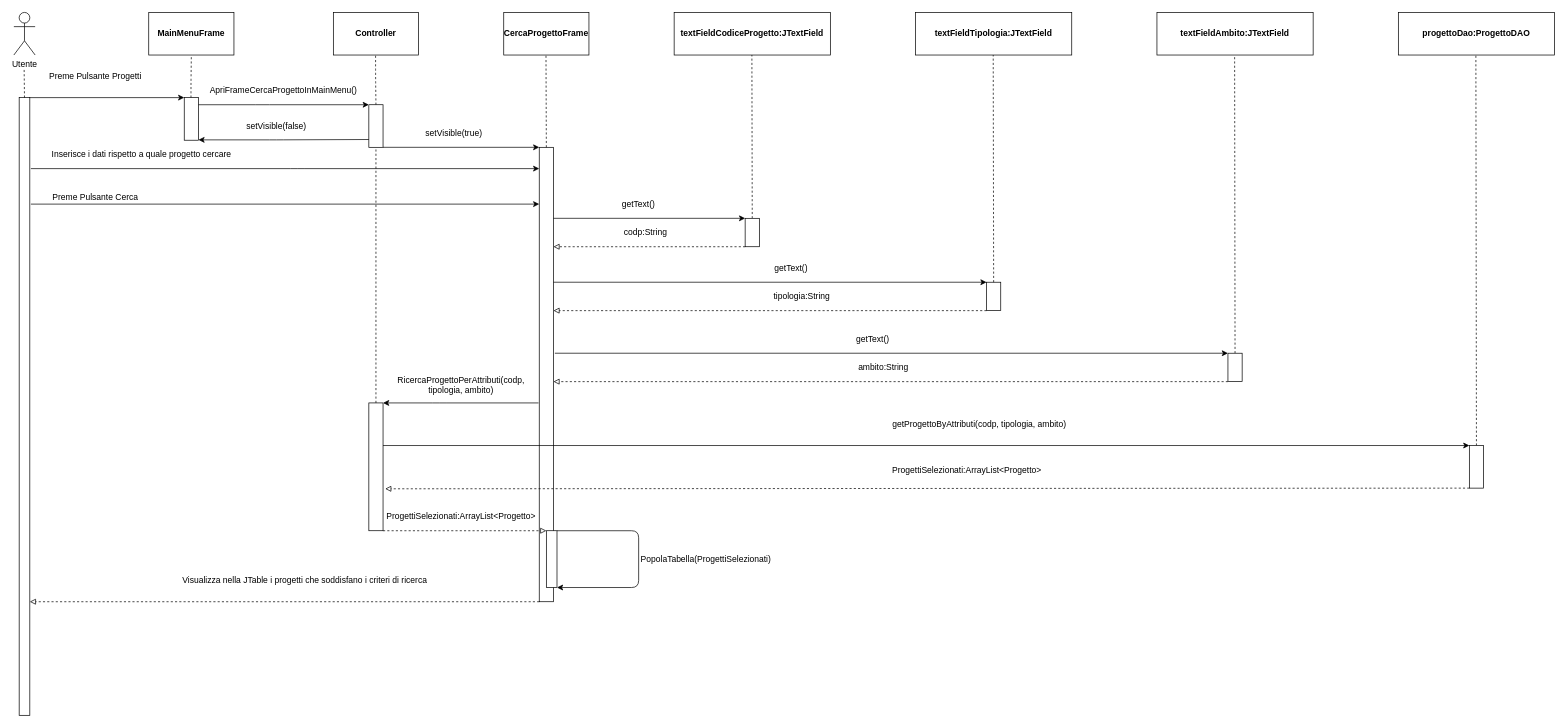
The draw.io diagram Documentazione/Sequence_Ricerca_Progetti.drawio in FabioFascia/Progetto-OOBD, before the edit. Source tidied: cells renumbered, new cells numbered last; positions are measured from the earlier drawing's top-left corner, leaving out a move shared by most shapes. Both pictures are drawn from the tidied source at 71%, with x=0, y=0 at pixel (13, 12).
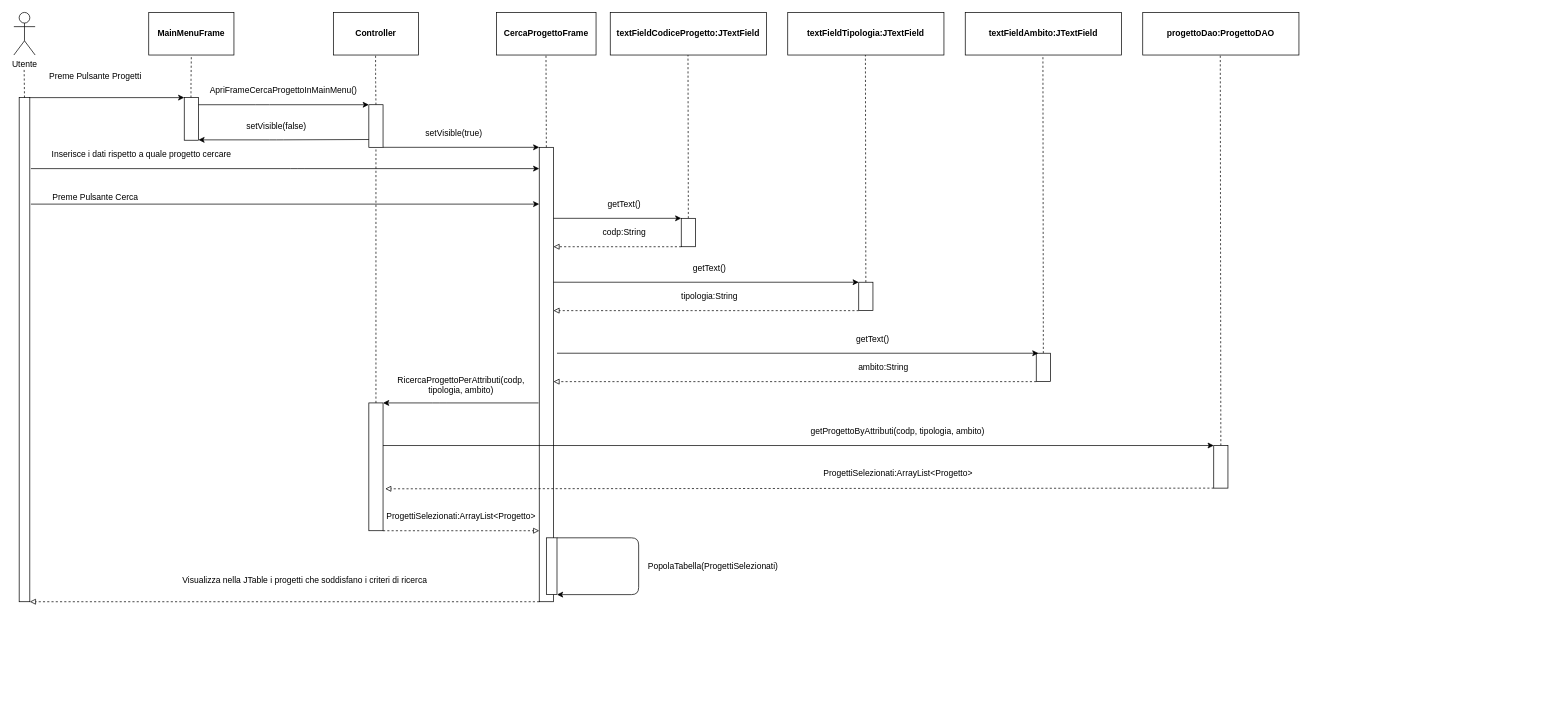
The same diagram, later.

Commit message (it also covers changes not shown here):
Correzione Sequence Diagrams e CRC Cards

The change refers to these unchanged cells:
```xml
<mxCell id="49" style="rounded=0;whiteSpace=wrap;html=1;" parent="1" vertex="1">
  <mxGeometry x="500" y="550" width="20" height="180" as="geometry" />
</mxCell>
```

Diff of the diagram source:
```diff
@@
     <mxCell id="4" style="rounded=0;whiteSpace=wrap;html=1;" parent="1" vertex="1">
-      <mxGeometry x="7.5" y="120" width="15" height="870" as="geometry" />
+      <mxGeometry x="7.5" y="120" width="15" height="710" as="geometry" />
     </mxCell>
@@
     <mxCell id="16" value="&lt;b&gt;CercaProgettoFrame&lt;/b&gt;" style="rounded=0;whiteSpace=wrap;html=1;" parent="1" vertex="1">
-      <mxGeometry x="690" width="120" height="60" as="geometry" />
+      <mxGeometry x="680" width="140" height="60" as="geometry" />
     </mxCell>
@@
     <mxCell id="26" value="&lt;b&gt;textFieldCodiceProgetto:JTextField&lt;/b&gt;" style="rounded=0;whiteSpace=wrap;html=1;" parent="1" vertex="1">
-      <mxGeometry x="930" width="220" height="60" as="geometry" />
+      <mxGeometry x="840" width="220" height="60" as="geometry" />
     </mxCell>
@@
     <mxCell id="28" style="endArrow=none;dashed=1;html=1;exitX=0.5;exitY=0;exitDx=0;exitDy=0;" parent="1" edge="1" source="30">
       <mxGeometry relative="1" as="geometry">
-        <mxPoint x="1039.5" y="60" as="targetPoint" />
+        <mxPoint x="949.5" y="60" as="targetPoint" />
       </mxGeometry>
     </mxCell>
@@
     <mxCell id="30" style="rounded=0;whiteSpace=wrap;html=1;" parent="1" vertex="1">
-      <mxGeometry x="1030" y="290" width="20" height="40" as="geometry" />
+      <mxGeometry x="940" y="290" width="20" height="40" as="geometry" />
     </mxCell>
     <mxCell id="31" value="getText()" style="text;html=1;strokeColor=none;fillColor=none;align=center;verticalAlign=middle;whiteSpace=wrap;rounded=0;" parent="1" vertex="1">
-      <mxGeometry x="840" y="260" width="80" height="20" as="geometry" />
+      <mxGeometry x="820" y="260" width="80" height="20" as="geometry" />
     </mxCell>
     <mxCell id="32" style="endArrow=block;html=1;jumpStyle=none;sketch=0;dashed=1;endFill=0;" parent="1" edge="1">
       <mxGeometry relative="1" as="geometry">
-        <mxPoint x="1030" y="330" as="sourcePoint" />
+        <mxPoint x="940" y="330" as="sourcePoint" />
         <mxPoint x="760" y="330" as="targetPoint" />
       </mxGeometry>
     </mxCell>
     <mxCell id="33" value="codp:String" style="text;html=1;strokeColor=none;fillColor=none;align=center;verticalAlign=middle;whiteSpace=wrap;rounded=0;" parent="1" vertex="1">
-      <mxGeometry x="850" y="300" width="80" height="20" as="geometry" />
+      <mxGeometry x="820" y="300" width="80" height="20" as="geometry" />
     </mxCell>
     <mxCell id="34" value="&lt;b&gt;textFieldTipologia:JTextField&lt;/b&gt;" style="rounded=0;whiteSpace=wrap;html=1;" parent="1" vertex="1">
-      <mxGeometry x="1270" width="220" height="60" as="geometry" />
+      <mxGeometry x="1090" width="220" height="60" as="geometry" />
     </mxCell>
     <mxCell id="35" style="rounded=0;whiteSpace=wrap;html=1;" parent="1" vertex="1">
-      <mxGeometry x="1370" y="380" width="20" height="40" as="geometry" />
+      <mxGeometry x="1190" y="380" width="20" height="40" as="geometry" />
     </mxCell>
     <mxCell id="36" style="endArrow=classic;html=1;" parent="1" edge="1">
       <mxGeometry relative="1" as="geometry">
         <mxPoint x="760" y="380" as="sourcePoint" />
-        <mxPoint x="1370" y="380" as="targetPoint" />
+        <mxPoint x="1190" y="380" as="targetPoint" />
       </mxGeometry>
     </mxCell>
     <mxCell id="37" style="endArrow=none;dashed=1;html=1;exitX=0.5;exitY=0;exitDx=0;exitDy=0;" parent="1" edge="1" source="35">
       <mxGeometry relative="1" as="geometry">
-        <mxPoint x="1379.4" y="60" as="targetPoint" />
+        <mxPoint x="1199.4" y="60" as="targetPoint" />
       </mxGeometry>
     </mxCell>
     <mxCell id="38" value="getText()" style="text;html=1;strokeColor=none;fillColor=none;align=center;verticalAlign=middle;whiteSpace=wrap;rounded=0;" parent="1" vertex="1">
-      <mxGeometry x="1060" y="350" width="70" height="20" as="geometry" />
+      <mxGeometry x="940" y="350" width="80" height="20" as="geometry" />
     </mxCell>
     <mxCell id="39" style="endArrow=block;html=1;dashed=1;endFill=0;" parent="1" edge="1">
       <mxGeometry relative="1" as="geometry">
-        <mxPoint x="1370" y="420" as="sourcePoint" />
+        <mxPoint x="1190" y="420" as="sourcePoint" />
         <mxPoint x="760" y="420" as="targetPoint" />
-        <Array as="points">
-          <mxPoint x="1320" y="420" />
-        </Array>
       </mxGeometry>
     </mxCell>
     <mxCell id="40" value="tipologia:String" style="text;html=1;strokeColor=none;fillColor=none;align=center;verticalAlign=middle;whiteSpace=wrap;rounded=0;" parent="1" vertex="1">
-      <mxGeometry x="1060" y="390" width="100" height="20" as="geometry" />
+      <mxGeometry x="930" y="390" width="100" height="20" as="geometry" />
     </mxCell>
     <mxCell id="41" value="&lt;b&gt;textFieldAmbito:JTextField&lt;/b&gt;" style="rounded=0;whiteSpace=wrap;html=1;" parent="1" vertex="1">
-      <mxGeometry x="1610" width="220" height="60" as="geometry" />
+      <mxGeometry x="1340" width="220" height="60" as="geometry" />
     </mxCell>
     <mxCell id="42" style="endArrow=none;dashed=1;html=1;exitX=0.5;exitY=0;exitDx=0;exitDy=0;" parent="1" edge="1" source="43">
       <mxGeometry relative="1" as="geometry">
-        <mxPoint x="1719.4" y="60" as="targetPoint" />
+        <mxPoint x="1449.4" y="60" as="targetPoint" />
       </mxGeometry>
     </mxCell>
     <mxCell id="43" style="rounded=0;whiteSpace=wrap;html=1;" parent="1" vertex="1">
-      <mxGeometry x="1710" y="480" width="20" height="40" as="geometry" />
+      <mxGeometry x="1440" y="480" width="20" height="40" as="geometry" />
     </mxCell>
     <mxCell id="44" style="endArrow=classic;html=1;" parent="1" edge="1">
       <mxGeometry relative="1" as="geometry">
-        <mxPoint x="762" y="480" as="sourcePoint" />
-        <mxPoint x="1710" y="480" as="targetPoint" />
+        <mxPoint x="765" y="480" as="sourcePoint" />
+        <mxPoint x="1443" y="480" as="targetPoint" />
       </mxGeometry>
     </mxCell>
@@
-    <mxCell id="46" style="endArrow=block;html=1;dashed=1;endFill=0;" parent="1" edge="1">
+    <mxCell id="46" style="endArrow=block;html=1;dashed=1;endFill=0;exitX=0;exitY=1;exitDx=0;exitDy=0;" parent="1" edge="1" source="43">
       <mxGeometry relative="1" as="geometry">
-        <mxPoint x="1710" y="520" as="sourcePoint" />
         <mxPoint x="760" y="520" as="targetPoint" />
       </mxGeometry>
     </mxCell>
@@
     <mxCell id="51" value="&lt;b&gt;progettoDao:ProgettoDAO&lt;/b&gt;" style="rounded=0;whiteSpace=wrap;html=1;" parent="1" vertex="1">
-      <mxGeometry x="1950" width="220" height="60" as="geometry" />
+      <mxGeometry x="1590" width="220" height="60" as="geometry" />
     </mxCell>
     <mxCell id="52" style="endArrow=none;dashed=1;html=1;exitX=0.5;exitY=0;exitDx=0;exitDy=0;" parent="1" edge="1" source="54">
       <mxGeometry relative="1" as="geometry">
-        <mxPoint x="2059.2" y="60" as="targetPoint" />
+        <mxPoint x="1699.2" y="60" as="targetPoint" />
       </mxGeometry>
     </mxCell>
@@
     <mxCell id="54" style="rounded=0;whiteSpace=wrap;html=1;" parent="1" vertex="1">
-      <mxGeometry x="2050" y="610" width="20" height="60" as="geometry" />
+      <mxGeometry x="1690" y="610" width="20" height="60" as="geometry" />
     </mxCell>
     <mxCell id="55" value="getProgettoByAttributi(codp, tipologia, ambito)" style="text;html=1;strokeColor=none;fillColor=none;align=center;verticalAlign=middle;whiteSpace=wrap;rounded=0;" parent="1" vertex="1">
-      <mxGeometry x="1160" y="570" width="400" height="20" as="geometry" />
+      <mxGeometry x="1045" y="580" width="400" height="20" as="geometry" />
     </mxCell>
-    <mxCell id="56" style="endArrow=block;html=1;dashed=1;endFill=0;entryX=1.15;entryY=0.672;entryDx=0;entryDy=0;entryPerimeter=0;" parent="1" edge="1" target="49">
-      <mxGeometry relative="1" as="geometry">
-        <mxPoint x="2050" y="670" as="sourcePoint" />
-      </mxGeometry>
+    <mxCell id="56" style="endArrow=block;html=1;dashed=1;endFill=0;entryX=1.15;entryY=0.672;entryDx=0;entryDy=0;entryPerimeter=0;exitX=0;exitY=1;exitDx=0;exitDy=0;" parent="1" edge="1" source="54" target="49">
+      <mxGeometry relative="1" as="geometry" />
     </mxCell>
     <mxCell id="57" value="ProgettiSelezionati:ArrayList&amp;lt;Progetto&amp;gt;" style="text;html=1;strokeColor=none;fillColor=none;align=center;verticalAlign=middle;whiteSpace=wrap;rounded=0;" parent="1" vertex="1">
-      <mxGeometry x="1100" y="635" width="485" height="20" as="geometry" />
+      <mxGeometry x="1003" y="640" width="485" height="20" as="geometry" />
     </mxCell>
     <mxCell id="58" style="endArrow=classic;html=1;entryX=1;entryY=1;entryDx=0;entryDy=0;exitX=1;exitY=0;exitDx=0;exitDy=0;" parent="1" edge="1" source="60" target="60">
       <mxGeometry relative="1" as="geometry">
         <Array as="points">
-          <mxPoint x="880" y="730" />
-          <mxPoint x="880" y="810" />
+          <mxPoint x="880" y="740" />
+          <mxPoint x="880" y="820" />
         </Array>
       </mxGeometry>
     </mxCell>
     <mxCell id="59" value="PopolaTabella(ProgettiSelezionati)" style="text;html=1;strokeColor=none;fillColor=none;align=center;verticalAlign=middle;whiteSpace=wrap;rounded=0;" parent="1" vertex="1">
-      <mxGeometry x="860" y="760" width="230" height="20" as="geometry" />
+      <mxGeometry x="880" y="770" width="210" height="20" as="geometry" />
     </mxCell>
     <mxCell id="60" style="rounded=0;whiteSpace=wrap;html=1;" parent="1" vertex="1">
-      <mxGeometry x="750" y="730" width="15" height="80" as="geometry" />
+      <mxGeometry x="750" y="740" width="15" height="80" as="geometry" />
     </mxCell>
-    <mxCell id="61" style="endArrow=block;html=1;exitX=1;exitY=1;exitDx=0;exitDy=0;entryX=0;entryY=0;entryDx=0;entryDy=0;dashed=1;endFill=0;" parent="1" edge="1" source="49" target="60">
+    <mxCell id="61" style="endArrow=block;html=1;exitX=1;exitY=1;exitDx=0;exitDy=0;dashed=1;endFill=0;" parent="1" edge="1" source="49">
       <mxGeometry relative="1" as="geometry">
+        <mxPoint x="740" y="730" as="targetPoint" />
         <Array as="points">
           <mxPoint x="590" y="730" />
         </Array>
       </mxGeometry>
     </mxCell>
```
